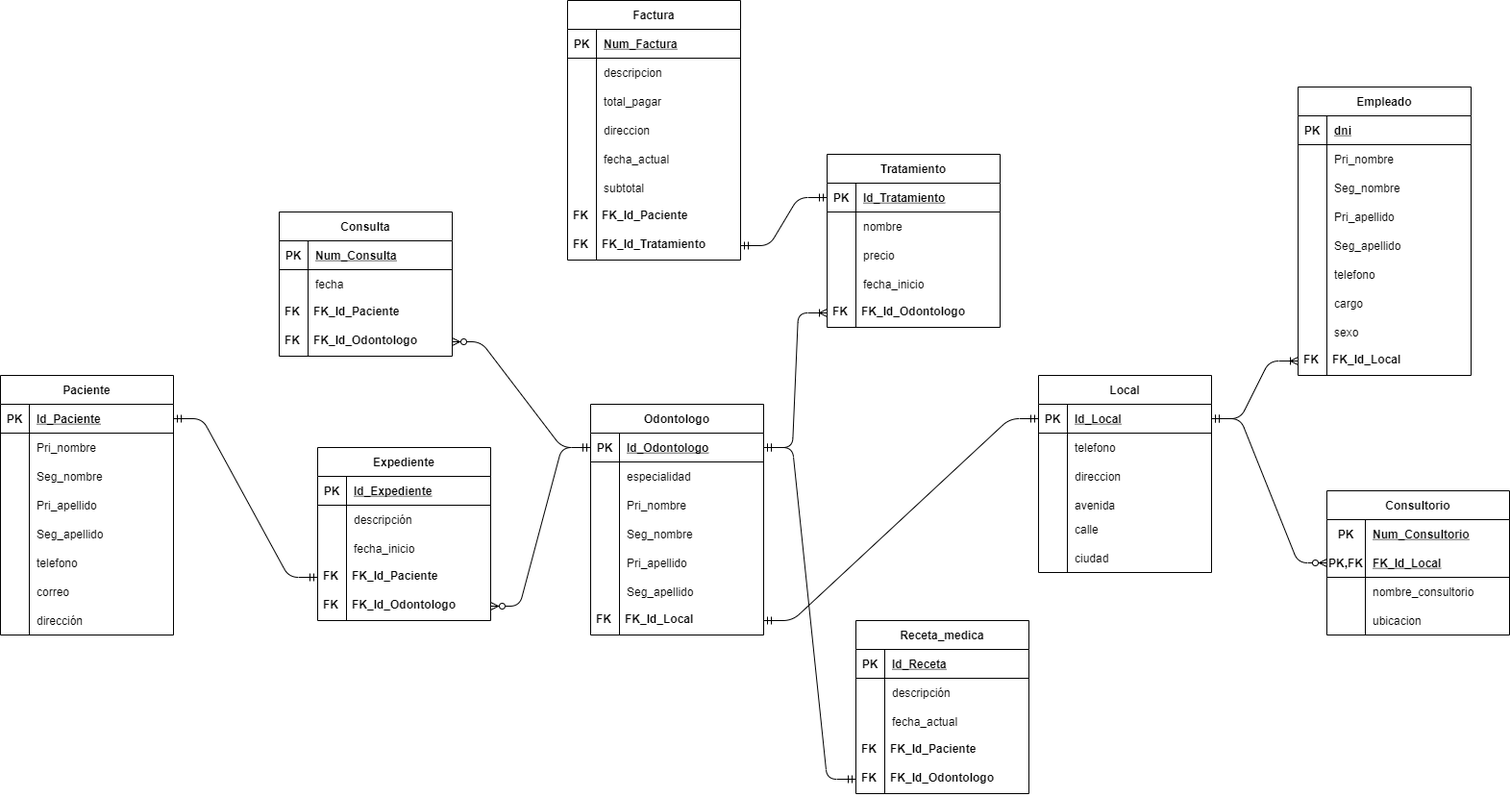
Above: Diagrama Relacional.png in ChessnuttGriffin/BasesDatos-AmyDiaz (draw.io), before the change. Source tidied: cells renumbered, new cells last; positions are measured from the earlier drawing's top-left corner, leaving out a move shared by most shapes.
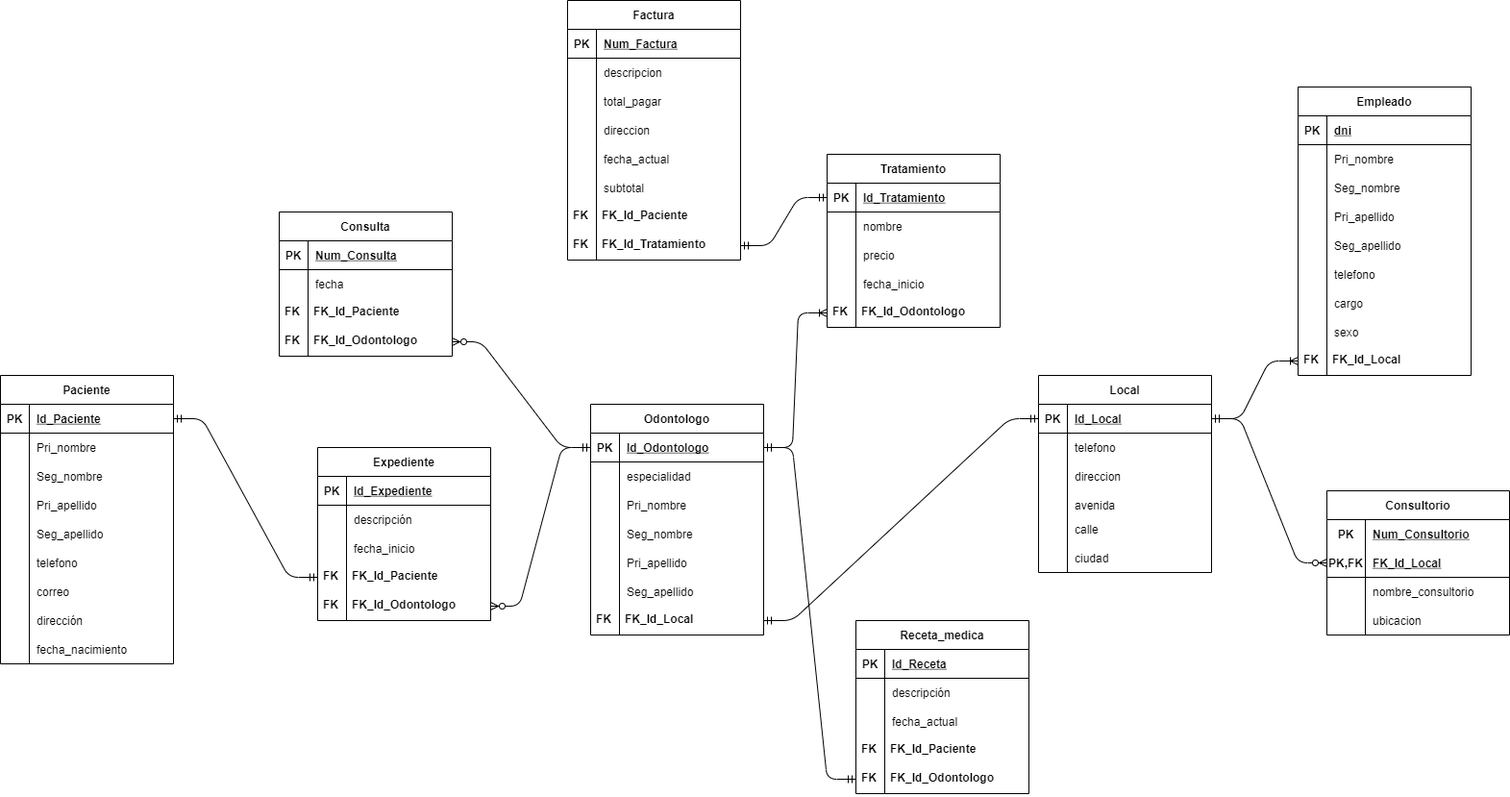
The same file after the commit.

What changed in the source:
```diff
@@ -3,7 +3,7 @@
     <mxCell id="0" />
     <mxCell id="1" parent="0" />
     <mxCell id="2" value="Paciente" style="shape=table;startSize=30;rowLines=0;fontStyle=1;align=center;" parent="1" vertex="1">
-      <mxGeometry y="390" width="180" height="270" as="geometry" />
+      <mxGeometry y="390" width="180" height="300" as="geometry" />
     </mxCell>
     <mxCell id="3" style="shape=partialRectangle;fillColor=none;top=0;left=0;bottom=1;right=0;points=[[0,0.5],[1,0.5]];portConstraint=eastwest;" parent="2" vertex="1">
       <mxGeometry y="30" width="180" height="30" as="geometry" />
@@ -488,5 +488,8 @@
     <mxCell id="163" style="edgeStyle=entityRelationEdgeStyle;fontSize=12;html=1;endArrow=ERzeroToMany;startArrow=ERmandOne;exitX=1;exitY=0.5;exitDx=0;exitDy=0;entryX=0;entryY=0.5;entryDx=0;entryDy=0;" parent="1" edge="1" source="89" target="142">
       <mxGeometry relative="1" as="geometry" />
     </mxCell>
+    <mxCell id="164" value="fecha_nacimiento" style="shape=partialRectangle;fillColor=none;top=0;left=0;bottom=0;right=0;align=left;spacingLeft=6;overflow=hidden;" parent="1" vertex="1">
+      <mxGeometry x="30" y="660" width="150" height="30" as="geometry" />
+    </mxCell>
   </root>
 </mxGraphModel>
```
